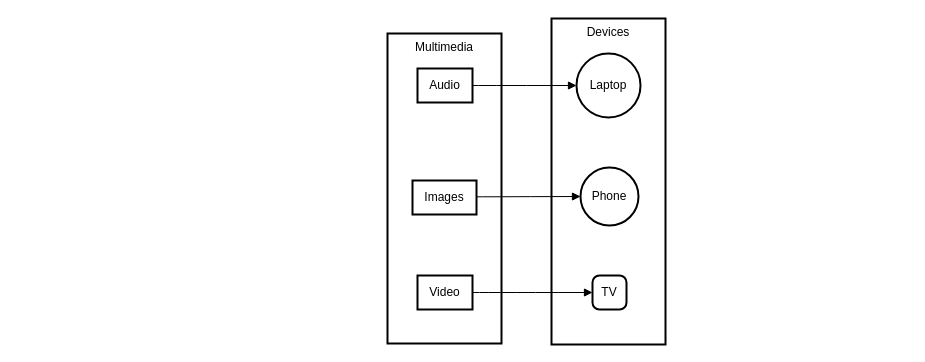
Above: mindmap/MultiMedia.drawio in JH-A-Kim/CMPT-365 (draw.io), before the change. Source tidied: cells renumbered, new cells numbered last; positions are measured from the earlier drawing's top-left corner, leaving out a move shared by most shapes. Both pictures are drawn from the tidied source at 100%, with x=0, y=0 at pixel (387, 18).
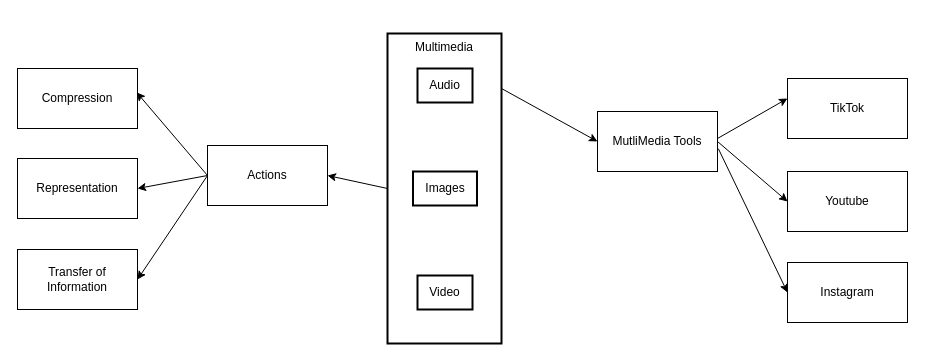
The same diagram, later.

The change refers to these unchanged cells:
```xml
<mxCell id="7" value="Audio" style="whiteSpace=wrap;strokeWidth=2;" parent="1" vertex="1">
  <mxGeometry x="30" y="50" width="55" height="34" as="geometry" />
</mxCell>
<mxCell id="8" value="Video" style="whiteSpace=wrap;strokeWidth=2;" parent="1" vertex="1">
  <mxGeometry x="30" y="257" width="55" height="34" as="geometry" />
</mxCell>
```

Diff of the diagram source:
```diff
@@
-    <mxCell id="2" value="Devices" style="whiteSpace=wrap;strokeWidth=2;verticalAlign=top;" parent="1" vertex="1">
-      <mxGeometry x="164" width="114" height="326" as="geometry" />
-    </mxCell>
-    <mxCell id="3" value="Laptop" style="ellipse;strokeWidth=2;whiteSpace=wrap;" parent="1" vertex="1">
-      <mxGeometry x="189" y="35" width="64" height="64" as="geometry" />
-    </mxCell>
-    <mxCell id="4" value="Phone" style="ellipse;strokeWidth=2;whiteSpace=wrap;" parent="1" vertex="1">
-      <mxGeometry x="193" y="149" width="58" height="58" as="geometry" />
-    </mxCell>
-    <mxCell id="5" value="TV" style="rounded=1;absoluteArcSize=1;arcSize=14;whiteSpace=wrap;strokeWidth=2;" parent="1" vertex="1">
-      <mxGeometry x="205" y="257" width="34" height="34" as="geometry" />
-    </mxCell>
@@
     <mxCell id="9" value="Images" style="whiteSpace=wrap;strokeWidth=2;" parent="1" vertex="1">
-      <mxGeometry x="25" y="162" width="64" height="34" as="geometry" />
+      <mxGeometry x="25.5" y="153" width="64" height="34" as="geometry" />
     </mxCell>
-    <mxCell id="10" style="curved=1;startArrow=none;endArrow=block;exitX=1;exitY=0.5;entryX=0.01;entryY=0.5;" parent="1" edge="1" source="7" target="3">
-      <mxGeometry relative="1" as="geometry" />
-    </mxCell>
-    <mxCell id="11" style="curved=1;startArrow=none;endArrow=block;exitX=0.99;exitY=0.5;entryX=-0.01;entryY=0.5;" parent="1" edge="1" source="8" target="5">
-      <mxGeometry relative="1" as="geometry" />
-    </mxCell>
-    <mxCell id="12" style="curved=1;startArrow=none;endArrow=block;exitX=1.01;exitY=0.48;entryX=-0.01;entryY=0.5;" parent="1" edge="1" source="9" target="4">
-      <mxGeometry relative="1" as="geometry" />
-    </mxCell>
+    <mxCell id="13" value="MutliMedia Tools" style="rounded=0;whiteSpace=wrap;html=1;" parent="1" vertex="1">
+      <mxGeometry x="210" y="93" width="120" height="60" as="geometry" />
+    </mxCell>
+    <mxCell id="14" style="endArrow=classic;html=1;rounded=0;entryX=0;entryY=0.5;entryDx=0;entryDy=0;" parent="1" edge="1" target="13">
+      <mxGeometry relative="1" as="geometry">
+        <mxPoint x="114" y="70" as="sourcePoint" />
+      </mxGeometry>
+    </mxCell>
+    <mxCell id="15" value="Youtube" style="rounded=0;whiteSpace=wrap;html=1;" parent="1" vertex="1">
+      <mxGeometry x="400" y="153" width="120" height="60" as="geometry" />
+    </mxCell>
+    <mxCell id="16" value="TikTok" style="rounded=0;whiteSpace=wrap;html=1;" parent="1" vertex="1">
+      <mxGeometry x="400" y="60" width="120" height="60" as="geometry" />
+    </mxCell>
+    <mxCell id="17" value="Instagram" style="rounded=0;whiteSpace=wrap;html=1;" parent="1" vertex="1">
+      <mxGeometry x="400" y="244" width="120" height="60" as="geometry" />
+    </mxCell>
+    <mxCell id="18" style="endArrow=classic;html=1;rounded=0;entryX=0;entryY=0.333;entryDx=0;entryDy=0;entryPerimeter=0;" parent="1" edge="1" target="16">
+      <mxGeometry relative="1" as="geometry">
+        <mxPoint x="330" y="120" as="sourcePoint" />
+      </mxGeometry>
+    </mxCell>
+    <mxCell id="19" style="endArrow=classic;html=1;rounded=0;entryX=0;entryY=0.5;entryDx=0;entryDy=0;exitX=1;exitY=0.5;exitDx=0;exitDy=0;" parent="1" edge="1" source="13" target="15">
+      <mxGeometry relative="1" as="geometry" />
+    </mxCell>
+    <mxCell id="20" style="endArrow=classic;html=1;rounded=0;exitX=1.007;exitY=0.619;exitDx=0;exitDy=0;exitPerimeter=0;entryX=0;entryY=0.5;entryDx=0;entryDy=0;" parent="1" edge="1" source="13" target="17">
+      <mxGeometry relative="1" as="geometry" />
+    </mxCell>
+    <mxCell id="21" value="Actions" style="rounded=0;whiteSpace=wrap;html=1;" parent="1" vertex="1">
+      <mxGeometry x="-180" y="127" width="120" height="60" as="geometry" />
+    </mxCell>
+    <mxCell id="22" style="endArrow=classic;html=1;rounded=0;entryX=1;entryY=0.5;entryDx=0;entryDy=0;" parent="1" edge="1" target="21">
+      <mxGeometry relative="1" as="geometry">
+        <mxPoint y="170" as="sourcePoint" />
+      </mxGeometry>
+    </mxCell>
+    <mxCell id="23" value="Compression" style="rounded=0;whiteSpace=wrap;html=1;" parent="1" vertex="1">
+      <mxGeometry x="-370" y="50" width="120" height="60" as="geometry" />
+    </mxCell>
+    <mxCell id="24" value="Representation" style="rounded=0;whiteSpace=wrap;html=1;" parent="1" vertex="1">
+      <mxGeometry x="-370" y="140" width="120" height="60" as="geometry" />
+    </mxCell>
+    <mxCell id="25" value="Transfer of Information" style="rounded=0;whiteSpace=wrap;html=1;" parent="1" vertex="1">
+      <mxGeometry x="-370" y="231" width="120" height="60" as="geometry" />
+    </mxCell>
+    <mxCell id="26" style="endArrow=classic;html=1;rounded=0;exitX=0;exitY=0.5;exitDx=0;exitDy=0;entryX=0.993;entryY=0.398;entryDx=0;entryDy=0;entryPerimeter=0;" parent="1" edge="1" source="21" target="23">
+      <mxGeometry relative="1" as="geometry" />
+    </mxCell>
+    <mxCell id="27" style="endArrow=classic;html=1;rounded=0;exitX=0;exitY=0.5;exitDx=0;exitDy=0;entryX=1;entryY=0.5;entryDx=0;entryDy=0;" parent="1" edge="1" source="21" target="24">
+      <mxGeometry relative="1" as="geometry" />
+    </mxCell>
+    <mxCell id="28" style="endArrow=classic;html=1;rounded=0;exitX=0;exitY=0.5;exitDx=0;exitDy=0;entryX=1;entryY=0.5;entryDx=0;entryDy=0;" parent="1" edge="1" source="21" target="25">
+      <mxGeometry relative="1" as="geometry" />
+    </mxCell>
```
